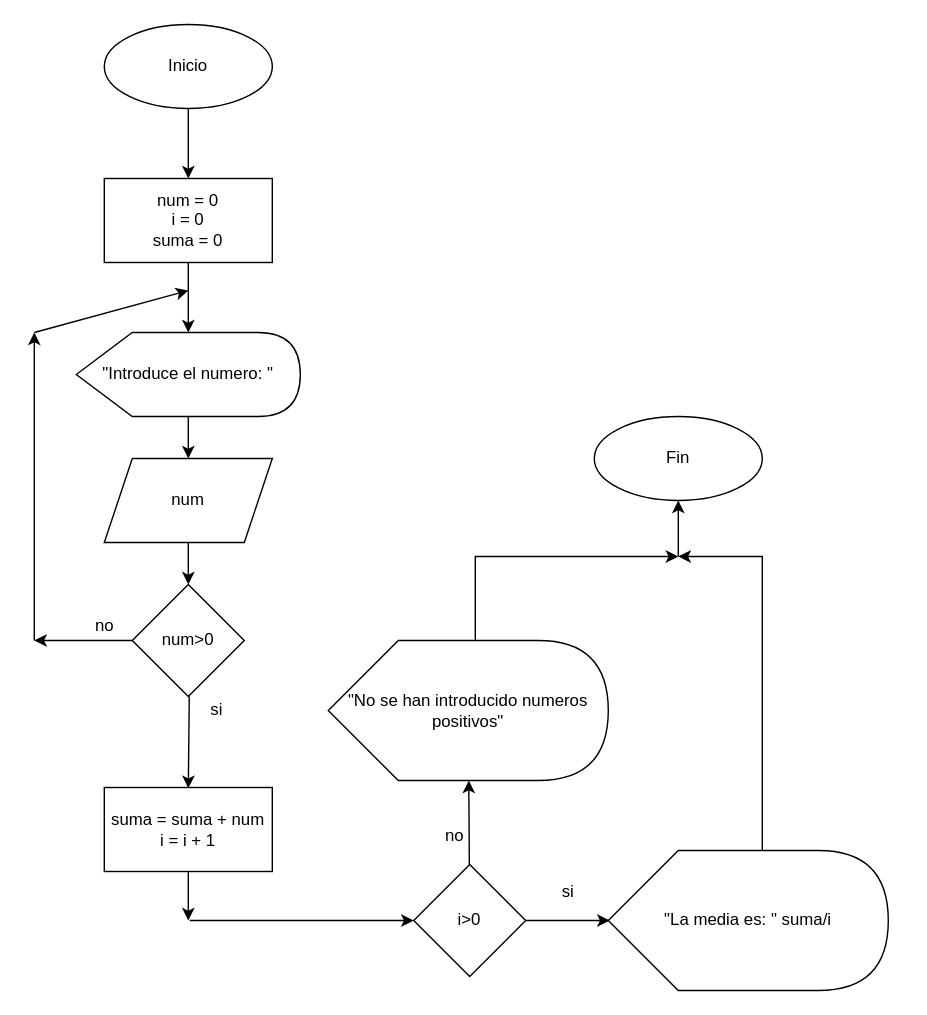
Earlier version of the draw.io diagram Ejer5CasoPractico4.drawio (amjyebenes/DiagramasEntornos). Source tidied: cells renumbered, new cells numbered last; positions are measured from the earlier drawing's top-left corner, leaving out a move shared by most shapes. Both pictures are drawn from the tidied source at 140%, with x=0, y=0 at pixel (34, 24).
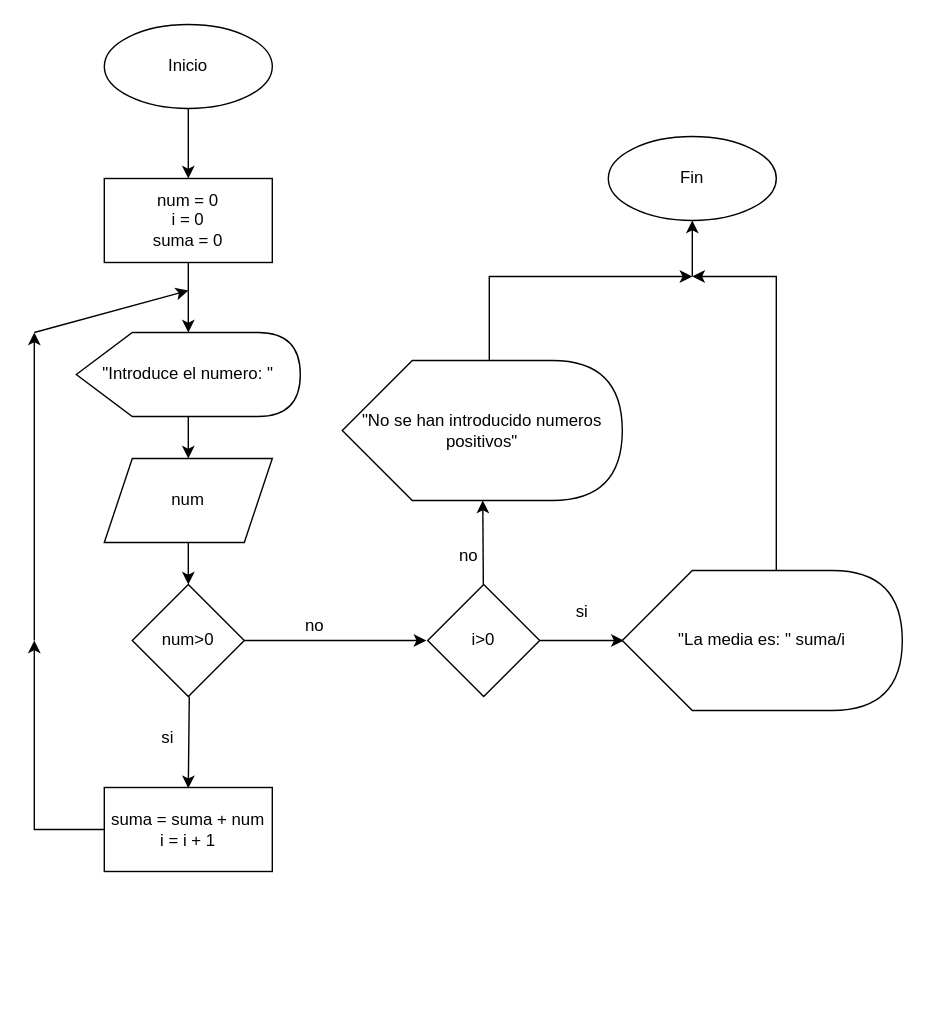
Above is the later version.

The change refers to these unchanged cells:
```xml
<mxCell id="18" value="num&amp;gt;0" style="rhombus;whiteSpace=wrap;html=1;align=center;" parent="1" vertex="1">
  <mxGeometry x="70" y="400" width="80" height="80" as="geometry" />
</mxCell>
<mxCell id="21" value="&lt;div&gt;suma = suma + num&lt;/div&gt;&lt;div&gt;i = i + 1&lt;br&gt;&lt;/div&gt;" style="rounded=0;whiteSpace=wrap;html=1;align=center;" parent="1" vertex="1">
  <mxGeometry x="50" y="545" width="120" height="60" as="geometry" />
</mxCell>
```

The edit, as a diff of the source:
```diff
@@
-    <mxCell id="10" style="edgeStyle=none;rounded=0;jettySize=auto;html=1;entryX=0;entryY=0.5;entryDx=0;entryDy=0;" parent="1" edge="1" target="13">
-      <mxGeometry relative="1" as="geometry">
-        <mxPoint x="111" y="640" as="sourcePoint" />
-        <Array as="points">
-          <mxPoint x="190" y="640" />
-        </Array>
-      </mxGeometry>
-    </mxCell>
     <mxCell id="11" style="edgeStyle=none;rounded=0;jettySize=auto;html=1;entryX=0;entryY=0.5;entryDx=0;entryDy=0;entryPerimeter=0;" parent="1" edge="1" source="13">
       <mxGeometry relative="1" as="geometry">
-        <mxPoint x="411" y="640" as="targetPoint" />
+        <mxPoint x="421" y="440" as="targetPoint" />
       </mxGeometry>
     </mxCell>
@@
     <mxCell id="13" value="i&amp;gt;0" style="rhombus;whiteSpace=wrap;html=1;align=center;" parent="1" vertex="1">
-      <mxGeometry x="271" y="600" width="80" height="80" as="geometry" />
+      <mxGeometry x="281" y="400" width="80" height="80" as="geometry" />
     </mxCell>
     <mxCell id="14" value="Fin" style="ellipse;whiteSpace=wrap;html=1;align=center;" parent="1" vertex="1">
-      <mxGeometry x="400" y="280" width="120" height="60" as="geometry" />
+      <mxGeometry x="410" y="80" width="120" height="60" as="geometry" />
     </mxCell>
@@
     <mxCell id="16" value="si" style="text;html=1;align=center;verticalAlign=middle;strokeColor=none;fillColor=none;" parent="1" vertex="1">
-      <mxGeometry x="366" y="610" width="30" height="20" as="geometry" />
+      <mxGeometry x="376" y="410" width="30" height="20" as="geometry" />
     </mxCell>
-    <mxCell id="17" style="edgeStyle=none;rounded=0;jettySize=auto;html=1;" parent="1" edge="1" source="18">
-      <mxGeometry relative="1" as="geometry">
-        <mxPoint y="440" as="targetPoint" />
-      </mxGeometry>
-    </mxCell>
+    <mxCell id="32" style="edgeStyle=none;rounded=0;jettySize=auto;html=1;" parent="1" edge="1" source="18">
+      <mxGeometry relative="1" as="geometry">
+        <mxPoint x="280" y="440" as="targetPoint" />
+      </mxGeometry>
+    </mxCell>
@@
     <mxCell id="19" value="si" style="text;html=1;align=center;verticalAlign=middle;strokeColor=none;fillColor=none;" parent="1" vertex="1">
-      <mxGeometry x="115" y="480" width="30" height="20" as="geometry" />
+      <mxGeometry x="80" y="500" width="30" height="20" as="geometry" />
     </mxCell>
-    <mxCell id="20" style="edgeStyle=none;rounded=0;jettySize=auto;html=1;" parent="1" edge="1" source="21">
-      <mxGeometry relative="1" as="geometry">
-        <mxPoint x="110" y="640" as="targetPoint" />
-      </mxGeometry>
-    </mxCell>
+    <mxCell id="33" style="edgeStyle=none;rounded=0;jettySize=auto;html=1;" parent="1" edge="1" source="21">
+      <mxGeometry relative="1" as="geometry">
+        <mxPoint y="440" as="targetPoint" />
+        <Array as="points">
+          <mxPoint y="575" />
+        </Array>
+      </mxGeometry>
+    </mxCell>
@@
-    <mxCell id="22" value="no" style="text;html=1;align=center;verticalAlign=middle;strokeColor=none;fillColor=none;" parent="1" vertex="1">
-      <mxGeometry x="35" y="420" width="30" height="20" as="geometry" />
-    </mxCell>
@@
     <mxCell id="25" value="&quot;No se han introducido numeros positivos&quot;" style="shape=display;whiteSpace=wrap;html=1;align=center;" parent="1" vertex="1">
-      <mxGeometry x="210" y="440" width="200" height="100" as="geometry" />
+      <mxGeometry x="220" y="240" width="200" height="100" as="geometry" />
     </mxCell>
@@
     <mxCell id="27" style="edgeStyle=none;rounded=0;jettySize=auto;html=1;exitX=0.55;exitY=0;exitDx=0;exitDy=0;exitPerimeter=0;" parent="1" edge="1" source="28">
       <mxGeometry relative="1" as="geometry">
-        <mxPoint x="460" y="380" as="targetPoint" />
+        <mxPoint x="470" y="180" as="targetPoint" />
         <Array as="points">
-          <mxPoint x="520" y="380" />
+          <mxPoint x="530" y="180" />
         </Array>
       </mxGeometry>
     </mxCell>
     <mxCell id="28" value="&quot;La media es: &quot; suma/i" style="shape=display;whiteSpace=wrap;html=1;align=center;" parent="1" vertex="1">
-      <mxGeometry x="410" y="590" width="200" height="100" as="geometry" />
+      <mxGeometry x="420" y="390" width="200" height="100" as="geometry" />
     </mxCell>
     <mxCell id="29" value="no" style="text;html=1;align=center;verticalAlign=middle;strokeColor=none;fillColor=none;" parent="1" vertex="1">
-      <mxGeometry x="285" y="570" width="30" height="20" as="geometry" />
+      <mxGeometry x="295" y="370" width="30" height="20" as="geometry" />
     </mxCell>
     <mxCell id="30" style="endArrow=classic;html=1;rounded=0;elbow=vertical;" parent="1" edge="1">
       <mxGeometry relative="1" as="geometry">
-        <mxPoint x="315" y="440" as="sourcePoint" />
-        <mxPoint x="460" y="380" as="targetPoint" />
+        <mxPoint x="325" y="240" as="sourcePoint" />
+        <mxPoint x="470" y="180" as="targetPoint" />
         <Array as="points">
-          <mxPoint x="315" y="380" />
+          <mxPoint x="325" y="180" />
         </Array>
       </mxGeometry>
     </mxCell>
     <mxCell id="31" style="endArrow=classic;html=1;rounded=0;elbow=vertical;entryX=0.5;entryY=1;entryDx=0;entryDy=0;" parent="1" edge="1" target="14">
       <mxGeometry relative="1" as="geometry">
-        <mxPoint x="460" y="380" as="sourcePoint" />
+        <mxPoint x="470" y="180" as="sourcePoint" />
       </mxGeometry>
     </mxCell>
+    <mxCell id="22" value="no" style="text;html=1;align=center;verticalAlign=middle;strokeColor=none;fillColor=none;" parent="1" vertex="1">
+      <mxGeometry x="185" y="420" width="30" height="20" as="geometry" />
+    </mxCell>
```
